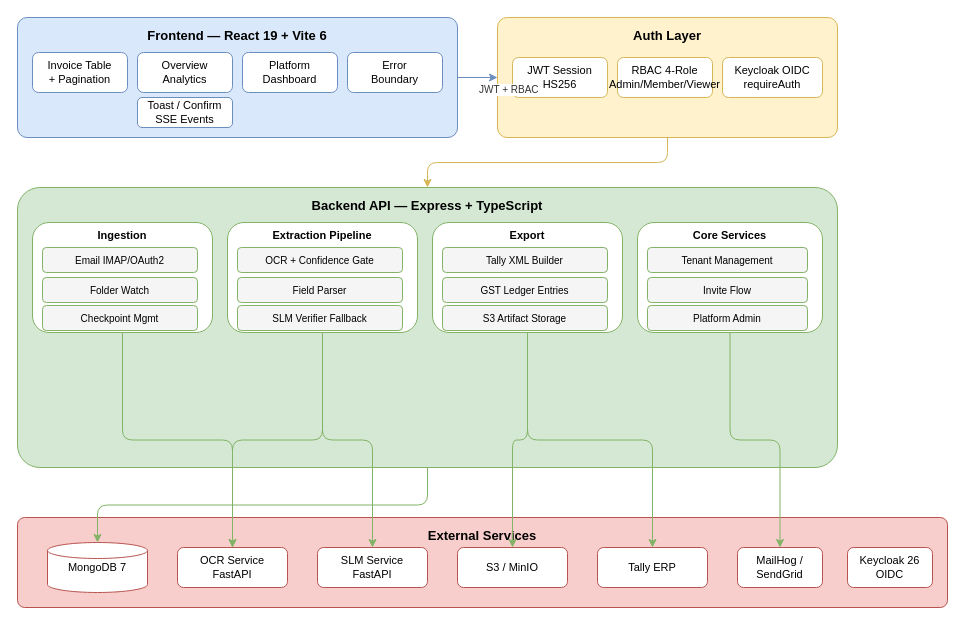
abhimanyusingh-gh/BillForge keeps this draw.io diagram as docs/diagrams/system-architecture.drawio. Above is the earlier version. Source tidied: cells renumbered, new cells numbered last; positions are measured from the earlier drawing's top-left corner, leaving out a move shared by most shapes. Both pictures are drawn from the tidied source at 100%, with x=0, y=0 at pixel (17, 17).
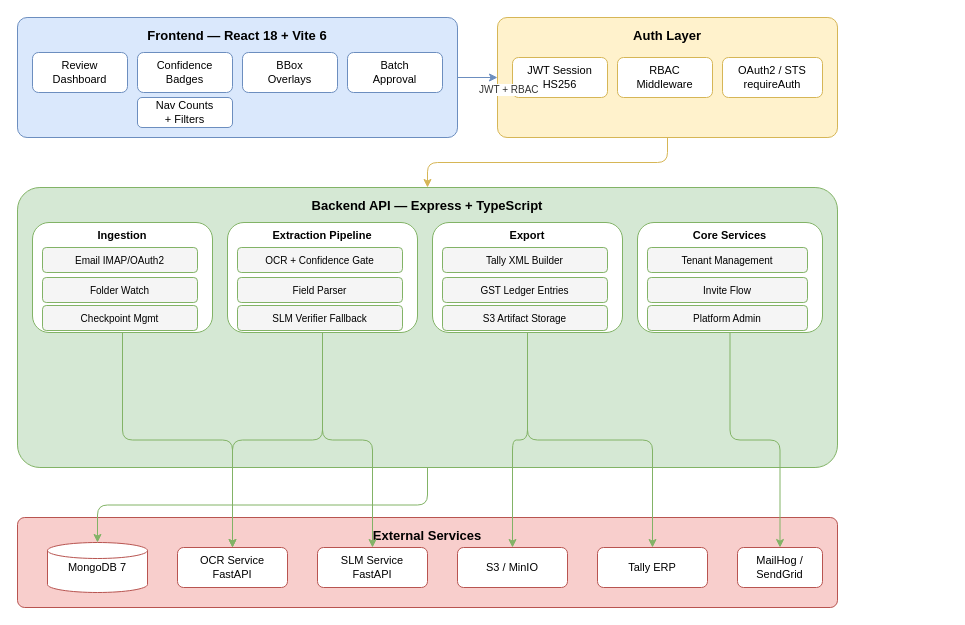
After the change.

Change to the diagram source:
```diff
@@
-    <mxCell id="2" value="Frontend — React 19 + Vite 6" style="rounded=1;whiteSpace=wrap;html=1;fillColor=#dae8fc;strokeColor=#6c8ebf;verticalAlign=top;fontStyle=1;fontSize=13;spacingTop=4;arcSize=8;" parent="1" vertex="1">
+    <mxCell id="2" value="Frontend — React 18 + Vite 6" style="rounded=1;whiteSpace=wrap;html=1;fillColor=#dae8fc;strokeColor=#6c8ebf;verticalAlign=top;fontStyle=1;fontSize=13;spacingTop=4;arcSize=8;" parent="1" vertex="1">
       <mxGeometry width="440" height="120" as="geometry" />
     </mxCell>
-    <mxCell id="3" value="Invoice Table&#10;+ Pagination" style="rounded=1;whiteSpace=wrap;html=1;fillColor=#FFFFFF;strokeColor=#6c8ebf;fontSize=11;" parent="1" vertex="1">
+    <mxCell id="3" value="Review&#10;Dashboard" style="rounded=1;whiteSpace=wrap;html=1;fillColor=#FFFFFF;strokeColor=#6c8ebf;fontSize=11;" parent="1" vertex="1">
       <mxGeometry x="15" y="35" width="95" height="40" as="geometry" />
     </mxCell>
-    <mxCell id="4" value="Overview&#10;Analytics" style="rounded=1;whiteSpace=wrap;html=1;fillColor=#FFFFFF;strokeColor=#6c8ebf;fontSize=11;" parent="1" vertex="1">
+    <mxCell id="4" value="Confidence&#10;Badges" style="rounded=1;whiteSpace=wrap;html=1;fillColor=#FFFFFF;strokeColor=#6c8ebf;fontSize=11;" parent="1" vertex="1">
       <mxGeometry x="120" y="35" width="95" height="40" as="geometry" />
     </mxCell>
-    <mxCell id="5" value="Platform&#10;Dashboard" style="rounded=1;whiteSpace=wrap;html=1;fillColor=#FFFFFF;strokeColor=#6c8ebf;fontSize=11;" parent="1" vertex="1">
+    <mxCell id="5" value="BBox&#10;Overlays" style="rounded=1;whiteSpace=wrap;html=1;fillColor=#FFFFFF;strokeColor=#6c8ebf;fontSize=11;" parent="1" vertex="1">
       <mxGeometry x="225" y="35" width="95" height="40" as="geometry" />
     </mxCell>
-    <mxCell id="6" value="Error&#10;Boundary" style="rounded=1;whiteSpace=wrap;html=1;fillColor=#FFFFFF;strokeColor=#6c8ebf;fontSize=11;" parent="1" vertex="1">
+    <mxCell id="6" value="Batch&#10;Approval" style="rounded=1;whiteSpace=wrap;html=1;fillColor=#FFFFFF;strokeColor=#6c8ebf;fontSize=11;" parent="1" vertex="1">
       <mxGeometry x="330" y="35" width="95" height="40" as="geometry" />
     </mxCell>
-    <mxCell id="7" value="Toast / Confirm&#10;SSE Events" style="rounded=1;whiteSpace=wrap;html=1;fillColor=#FFFFFF;strokeColor=#6c8ebf;fontSize=11;" parent="1" vertex="1">
+    <mxCell id="7" value="Nav Counts&#10;+ Filters" style="rounded=1;whiteSpace=wrap;html=1;fillColor=#FFFFFF;strokeColor=#6c8ebf;fontSize=11;" parent="1" vertex="1">
       <mxGeometry x="120" y="80" width="95" height="30" as="geometry" />
     </mxCell>
@@
-    <mxCell id="10" value="RBAC 4-Role&#10;Admin/Member/Viewer" style="rounded=1;whiteSpace=wrap;html=1;fillColor=#FFFFFF;strokeColor=#d6b656;fontSize=11;" parent="1" vertex="1">
+    <mxCell id="10" value="RBAC&#10;Middleware" style="rounded=1;whiteSpace=wrap;html=1;fillColor=#FFFFFF;strokeColor=#d6b656;fontSize=11;" parent="1" vertex="1">
       <mxGeometry x="600" y="40" width="95" height="40" as="geometry" />
     </mxCell>
-    <mxCell id="11" value="Keycloak OIDC&#10;requireAuth" style="rounded=1;whiteSpace=wrap;html=1;fillColor=#FFFFFF;strokeColor=#d6b656;fontSize=11;" parent="1" vertex="1">
+    <mxCell id="11" value="OAuth2 / STS&#10;requireAuth" style="rounded=1;whiteSpace=wrap;html=1;fillColor=#FFFFFF;strokeColor=#d6b656;fontSize=11;" parent="1" vertex="1">
       <mxGeometry x="705" y="40" width="100" height="40" as="geometry" />
     </mxCell>
@@
     <mxCell id="29" value="External Services" style="rounded=1;whiteSpace=wrap;html=1;fillColor=#f8cecc;strokeColor=#b85450;verticalAlign=top;fontStyle=1;fontSize=13;spacingTop=4;arcSize=8;" parent="1" vertex="1">
-      <mxGeometry y="500" width="930" height="90" as="geometry" />
+      <mxGeometry y="500" width="820" height="90" as="geometry" />
     </mxCell>
@@
-    <mxCell id="36" value="Keycloak 26&#10;OIDC" style="rounded=1;whiteSpace=wrap;html=1;fillColor=#FFFFFF;strokeColor=#b85450;fontSize=11;" parent="1" vertex="1">
-      <mxGeometry x="830" y="530" width="85" height="40" as="geometry" />
-    </mxCell>
```
